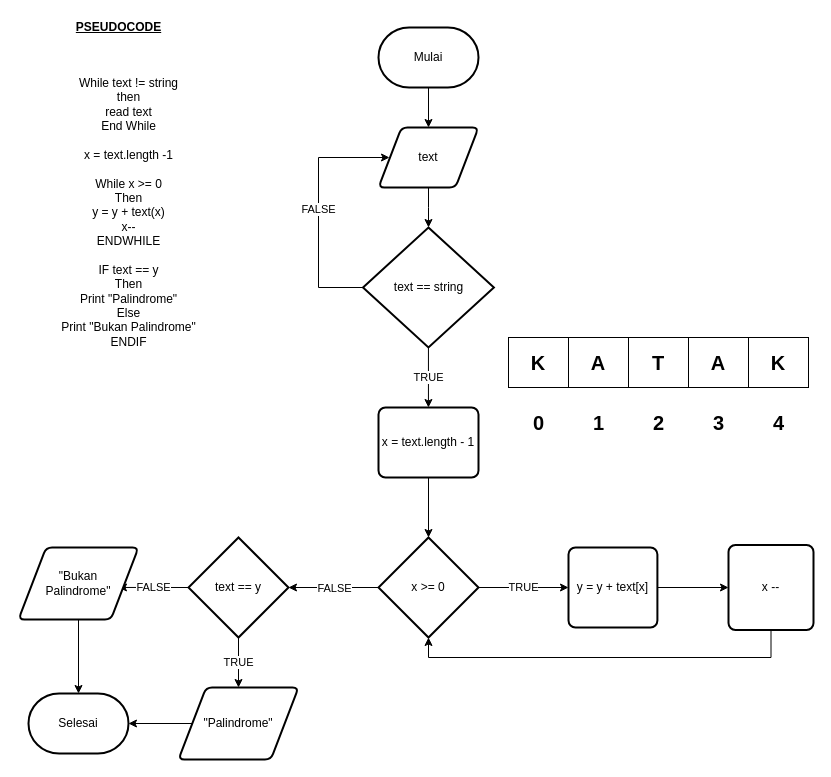
ahmadzaky25/fw5-algoritma keeps this draw.io diagram as 9. Detect Palindrome.drawio. Above is the earlier version. Source tidied: cells renumbered, new cells numbered last; positions are measured from the earlier drawing's top-left corner, leaving out a move shared by most shapes. Both pictures are drawn from the tidied source at 100%, with x=0, y=0 at pixel (18, 17).
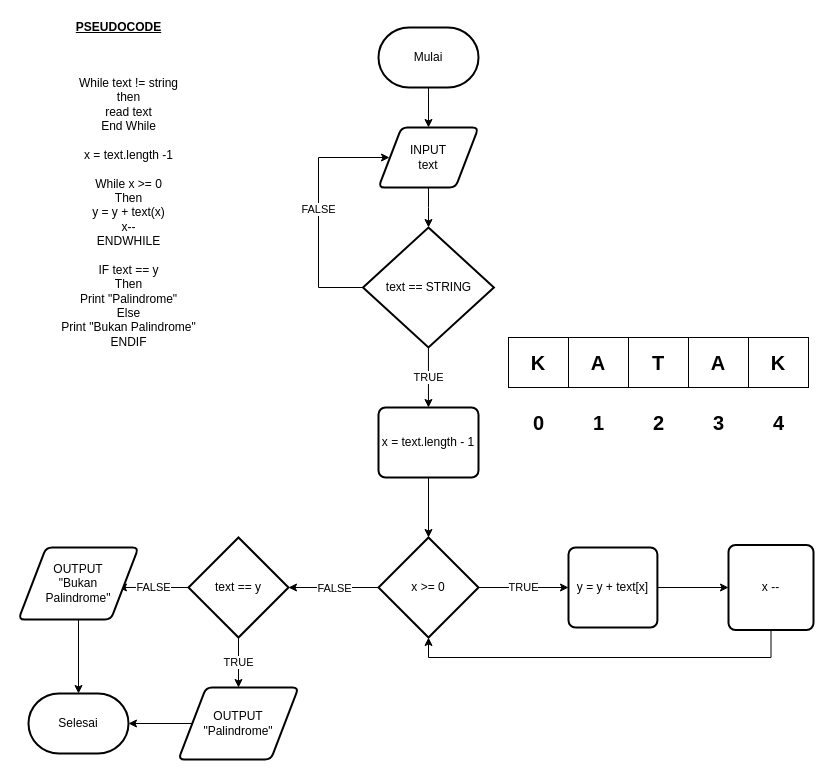
After the change.

Change to the diagram source:
```diff
@@
-    <mxCell id="6" value="text" style="shape=parallelogram;html=1;strokeWidth=2;perimeter=parallelogramPerimeter;whiteSpace=wrap;rounded=1;arcSize=12;size=0.23;" parent="1" vertex="1">
+    <mxCell id="6" value="INPUT&lt;br&gt;text" style="shape=parallelogram;html=1;strokeWidth=2;perimeter=parallelogramPerimeter;whiteSpace=wrap;rounded=1;arcSize=12;size=0.23;" parent="1" vertex="1">
       <mxGeometry x="360" y="110" width="100" height="60" as="geometry" />
     </mxCell>
@@
-    <mxCell id="9" value="text == string" style="strokeWidth=2;html=1;shape=mxgraph.flowchart.decision;whiteSpace=wrap;" parent="1" vertex="1">
+    <mxCell id="9" value="text == STRING" style="strokeWidth=2;html=1;shape=mxgraph.flowchart.decision;whiteSpace=wrap;" parent="1" vertex="1">
       <mxGeometry x="344.5" y="210" width="130.9" height="120" as="geometry" />
     </mxCell>
@@
-    <mxCell id="23" value="&quot;Bukan&lt;br&gt;Palindrome&quot;" style="shape=parallelogram;html=1;strokeWidth=2;perimeter=parallelogramPerimeter;whiteSpace=wrap;rounded=1;arcSize=12;size=0.23;" parent="1" vertex="1">
+    <mxCell id="23" value="OUTPUT&lt;br&gt;&quot;Bukan&lt;br&gt;Palindrome&quot;" style="shape=parallelogram;html=1;strokeWidth=2;perimeter=parallelogramPerimeter;whiteSpace=wrap;rounded=1;arcSize=12;size=0.23;" parent="1" vertex="1">
       <mxGeometry y="530" width="120" height="72" as="geometry" />
     </mxCell>
@@
-    <mxCell id="25" value="&quot;Palindrome&quot;" style="shape=parallelogram;html=1;strokeWidth=2;perimeter=parallelogramPerimeter;whiteSpace=wrap;rounded=1;arcSize=12;size=0.23;" parent="1" vertex="1">
+    <mxCell id="25" value="OUTPUT&lt;br&gt;&quot;Palindrome&quot;" style="shape=parallelogram;html=1;strokeWidth=2;perimeter=parallelogramPerimeter;whiteSpace=wrap;rounded=1;arcSize=12;size=0.23;" parent="1" vertex="1">
       <mxGeometry x="160" y="670" width="120" height="72" as="geometry" />
     </mxCell>
```
